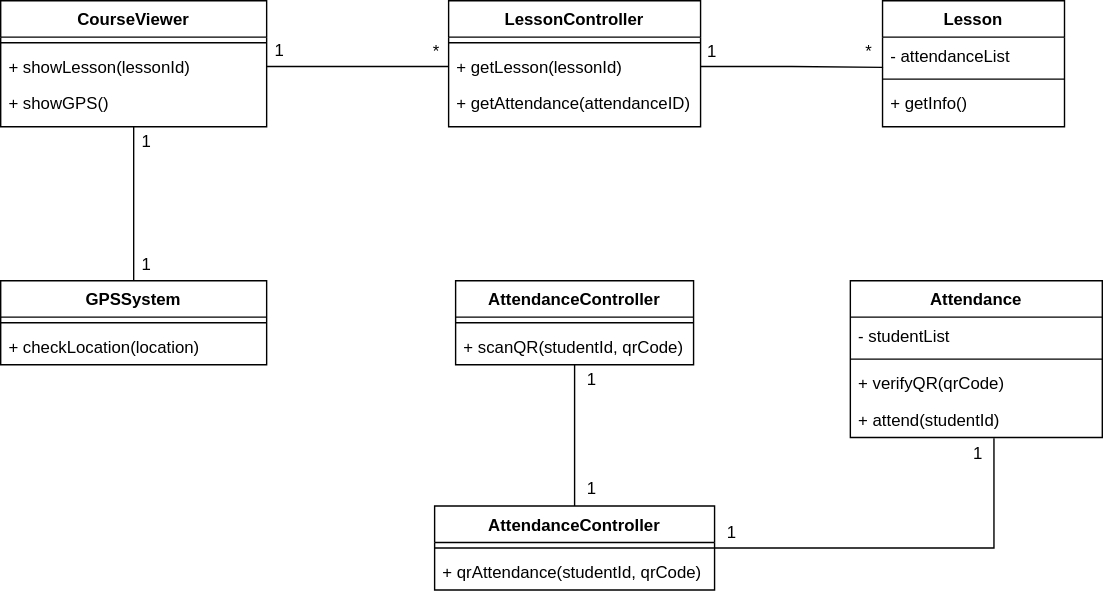
Before: DiemDanh_Class/DiemDanhQR.drawio.svg, a diagram exported from draw.io (minh071289/AI_system). Source tidied: cells renumbered, new cells last; positions are measured from the earlier drawing's top-left corner, leaving out a move shared by most shapes.
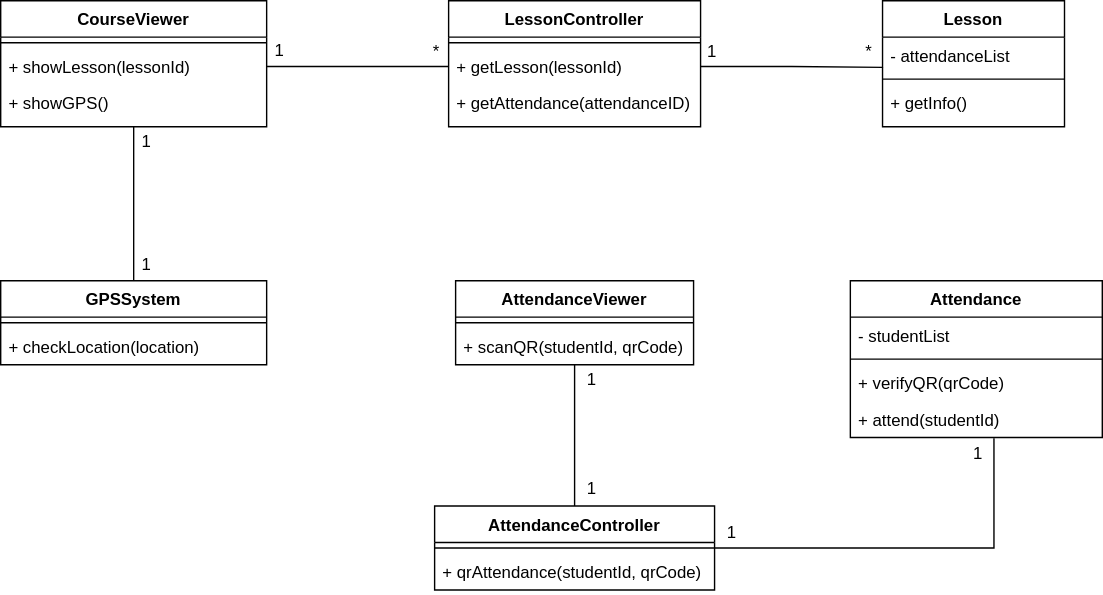
After the change.

The edit, as a diff of the source:
```diff
@@ -77,7 +77,7 @@
     <mxCell id="26" style="edgeStyle=orthogonalEdgeStyle;rounded=0;jettySize=auto;html=1;exitX=0.5;exitY=1;exitDx=0;exitDy=0;endArrow=none;startFill=0;" parent="1" edge="1" source="27" target="35">
       <mxGeometry relative="1" as="geometry" />
     </mxCell>
-    <mxCell id="27" value="AttendanceController&#10;" style="swimlane;fontStyle=1;align=center;verticalAlign=top;horizontal=1;startSize=26;rounded=0;shadow=0;strokeWidth=1;" parent="1" vertex="1">
+    <mxCell id="27" value="AttendanceViewer&#10;" style="swimlane;fontStyle=1;align=center;verticalAlign=top;horizontal=1;startSize=26;rounded=0;shadow=0;strokeWidth=1;" parent="1" vertex="1">
       <mxGeometry x="325" y="200" width="170" height="60" as="geometry" />
     </mxCell>
     <mxCell id="28" style="line;html=1;strokeWidth=1;align=left;verticalAlign=middle;spacingTop=-1;spacingLeft=3;spacingRight=3;labelPosition=right;" parent="27" vertex="1">
```
